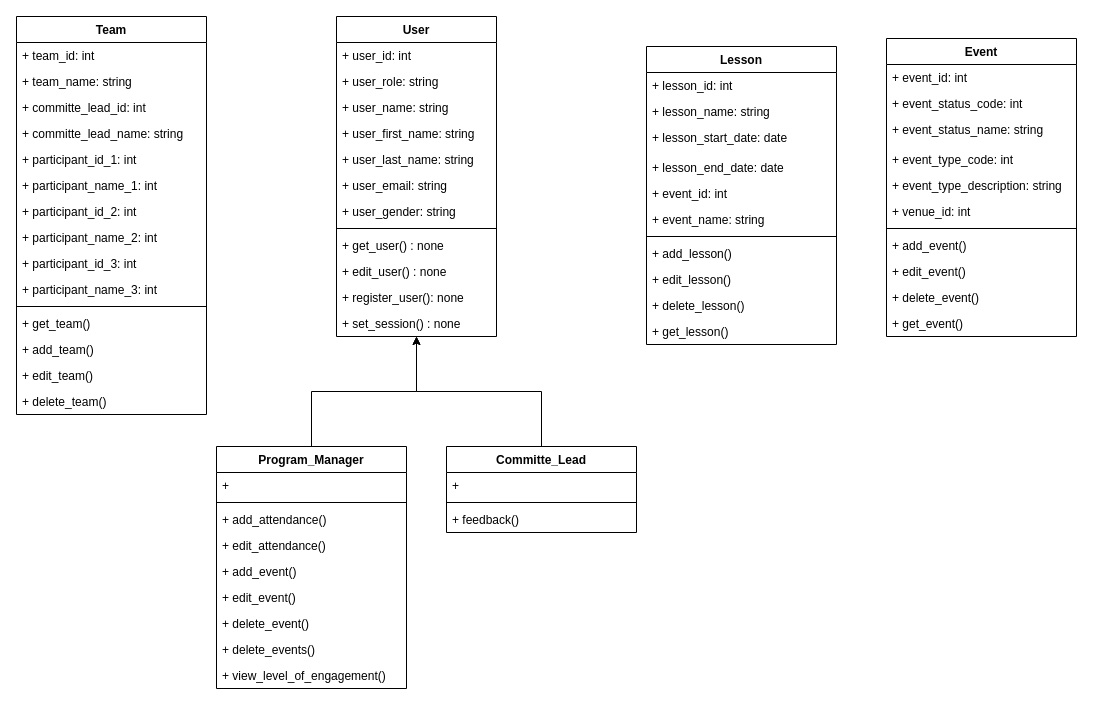
frostyseb/ITDP keeps this draw.io diagram as page "Class Diagram - Complete" (3 of 4) of DellEvent.drawio. Above is the earlier version. Source tidied: cells renumbered, new cells numbered last; positions are measured from the earlier drawing's top-left corner, leaving out a move shared by most shapes. Both pictures are drawn from the tidied source at 100%, with x=0, y=0 at pixel (16, 16).
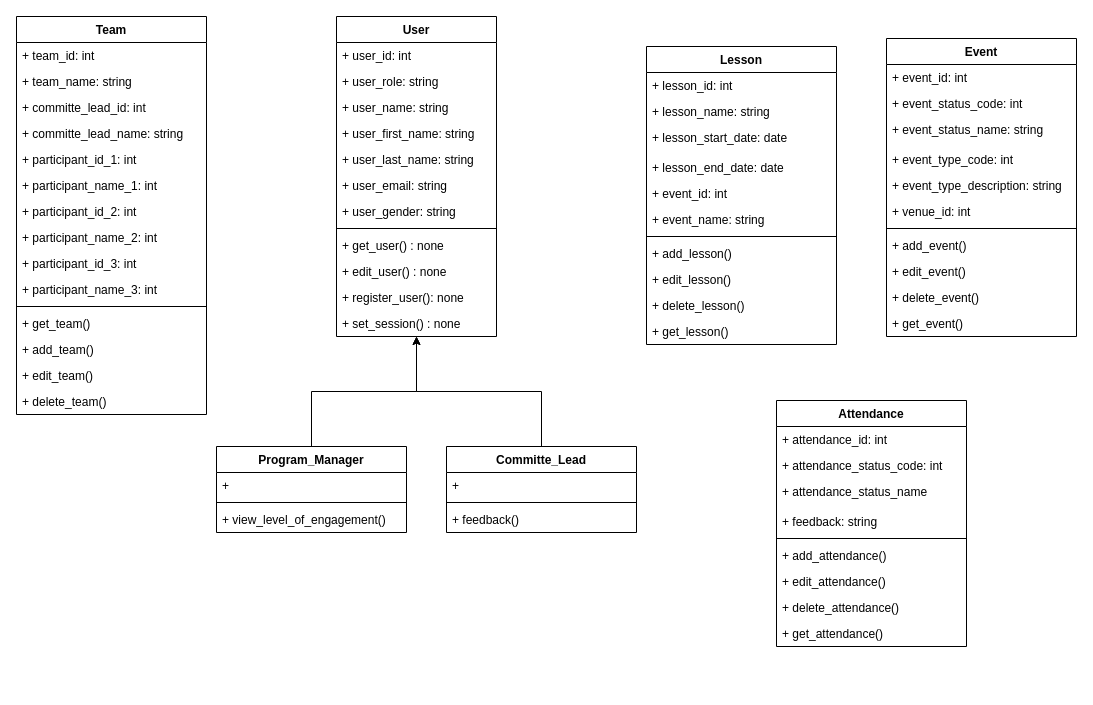
The same diagram, later.

Commit message:
Update "Program Manager" Table, Added "Attendance" Table

The edit, as a diff of the source:
```diff
@@
     <mxCell id="16" value="Program_Manager" style="swimlane;fontStyle=1;align=center;verticalAlign=top;horizontal=1;startSize=26;" parent="1" vertex="1">
-      <mxGeometry x="200" y="430" width="190" height="242" as="geometry" />
+      <mxGeometry x="200" y="430" width="190" height="86" as="geometry" />
     </mxCell>
@@
-    <mxCell id="19" value="+ add_attendance()" style="text;strokeColor=none;fillColor=none;align=left;verticalAlign=top;spacingLeft=4;spacingRight=4;overflow=hidden;" parent="16" vertex="1">
-      <mxGeometry y="60" width="190" height="26" as="geometry" />
-    </mxCell>
-    <mxCell id="20" value="+ edit_attendance()" style="text;strokeColor=none;fillColor=none;align=left;verticalAlign=top;spacingLeft=4;spacingRight=4;overflow=hidden;" parent="16" vertex="1">
-      <mxGeometry y="86" width="190" height="26" as="geometry" />
-    </mxCell>
-    <mxCell id="21" value="+ add_event()" style="text;strokeColor=none;fillColor=none;align=left;verticalAlign=top;spacingLeft=4;spacingRight=4;overflow=hidden;" parent="16" vertex="1">
-      <mxGeometry y="112" width="190" height="26" as="geometry" />
-    </mxCell>
-    <mxCell id="22" value="+ edit_event()" style="text;strokeColor=none;fillColor=none;align=left;verticalAlign=top;spacingLeft=4;spacingRight=4;overflow=hidden;" parent="16" vertex="1">
-      <mxGeometry y="138" width="190" height="26" as="geometry" />
-    </mxCell>
-    <mxCell id="23" value="+ delete_event()" style="text;strokeColor=none;fillColor=none;align=left;verticalAlign=top;spacingLeft=4;spacingRight=4;overflow=hidden;" parent="16" vertex="1">
-      <mxGeometry y="164" width="190" height="26" as="geometry" />
-    </mxCell>
-    <mxCell id="24" value="+ delete_events()" style="text;strokeColor=none;fillColor=none;align=left;verticalAlign=top;spacingLeft=4;spacingRight=4;overflow=hidden;" parent="16" vertex="1">
-      <mxGeometry y="190" width="190" height="26" as="geometry" />
-    </mxCell>
     <mxCell id="25" value="+ view_level_of_engagement()" style="text;strokeColor=none;fillColor=none;align=left;verticalAlign=top;spacingLeft=4;spacingRight=4;overflow=hidden;" parent="16" vertex="1">
-      <mxGeometry y="216" width="190" height="26" as="geometry" />
+      <mxGeometry y="60" width="190" height="26" as="geometry" />
     </mxCell>
@@
+    <mxCell id="71" value="Attendance" style="swimlane;fontStyle=1;align=center;verticalAlign=top;horizontal=1;startSize=26;" parent="1" vertex="1">
+      <mxGeometry x="760" y="384" width="190" height="246" as="geometry" />
+    </mxCell>
+    <mxCell id="72" value="+ attendance_id: int" style="text;strokeColor=none;fillColor=none;align=left;verticalAlign=top;spacingLeft=4;spacingRight=4;overflow=hidden;" parent="71" vertex="1">
+      <mxGeometry y="26" width="190" height="26" as="geometry" />
+    </mxCell>
+    <mxCell id="73" value="+ attendance_status_code: int" style="text;strokeColor=none;fillColor=none;align=left;verticalAlign=top;spacingLeft=4;spacingRight=4;overflow=hidden;" parent="71" vertex="1">
+      <mxGeometry y="52" width="190" height="26" as="geometry" />
+    </mxCell>
+    <mxCell id="74" value="+ attendance_status_name" style="text;strokeColor=none;fillColor=none;align=left;verticalAlign=top;spacingLeft=4;spacingRight=4;overflow=hidden;" parent="71" vertex="1">
+      <mxGeometry y="78" width="190" height="30" as="geometry" />
+    </mxCell>
+    <mxCell id="75" value="+ feedback: string" style="text;strokeColor=none;fillColor=none;align=left;verticalAlign=top;spacingLeft=4;spacingRight=4;overflow=hidden;" parent="71" vertex="1">
+      <mxGeometry y="108" width="190" height="26" as="geometry" />
+    </mxCell>
+    <mxCell id="76" style="line;strokeWidth=1;fillColor=none;align=left;verticalAlign=middle;spacingTop=-1;spacingLeft=3;spacingRight=3;labelPosition=right;" parent="71" vertex="1">
+      <mxGeometry y="134" width="190" height="8" as="geometry" />
+    </mxCell>
+    <mxCell id="19" value="+ add_attendance()" style="text;strokeColor=none;fillColor=none;align=left;verticalAlign=top;spacingLeft=4;spacingRight=4;overflow=hidden;" parent="71" vertex="1">
+      <mxGeometry y="142" width="190" height="26" as="geometry" />
+    </mxCell>
+    <mxCell id="20" value="+ edit_attendance()" style="text;strokeColor=none;fillColor=none;align=left;verticalAlign=top;spacingLeft=4;spacingRight=4;overflow=hidden;" parent="71" vertex="1">
+      <mxGeometry y="168" width="190" height="26" as="geometry" />
+    </mxCell>
+    <mxCell id="77" value="+ delete_attendance()" style="text;strokeColor=none;fillColor=none;align=left;verticalAlign=top;spacingLeft=4;spacingRight=4;overflow=hidden;" parent="71" vertex="1">
+      <mxGeometry y="194" width="190" height="26" as="geometry" />
+    </mxCell>
+    <mxCell id="78" value="+ get_attendance()" style="text;strokeColor=none;fillColor=none;align=left;verticalAlign=top;spacingLeft=4;spacingRight=4;overflow=hidden;" parent="71" vertex="1">
+      <mxGeometry y="220" width="190" height="26" as="geometry" />
+    </mxCell>
```
